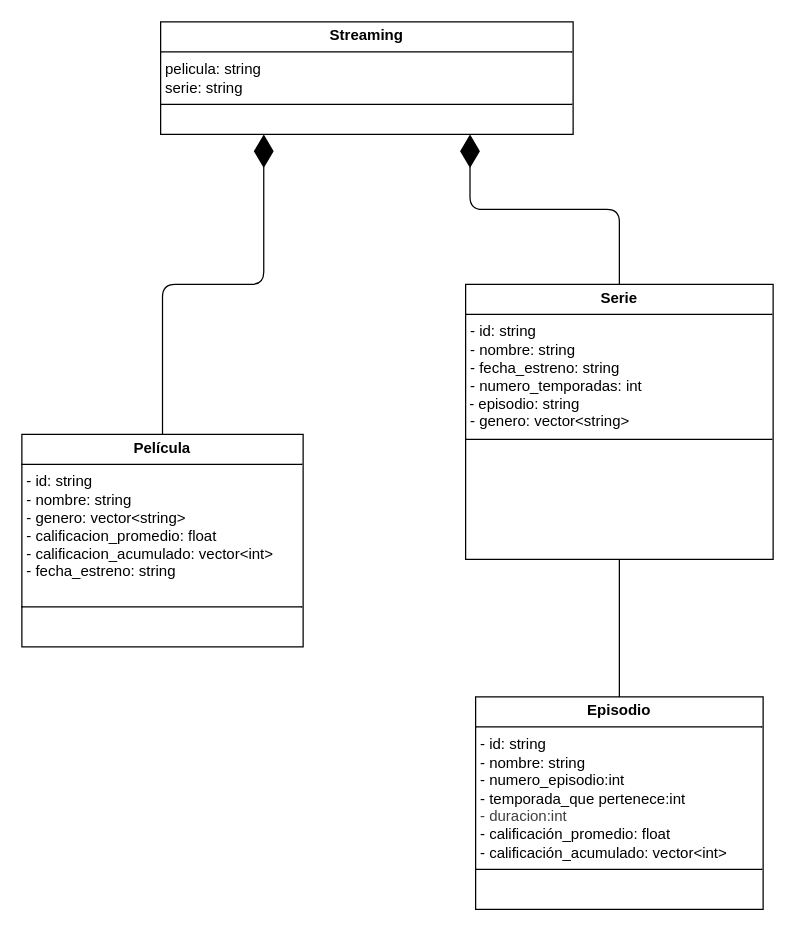
The draw.io diagram integrador-JuanManuelSanchezVelazquez-main/PrimeraEntrega/version1.drawio in A01802469/Proyecto-POO, before the edit. Source tidied: cells renumbered, new cells numbered last; positions are measured from the earlier drawing's top-left corner, leaving out a move shared by most shapes. Both pictures are drawn from the tidied source at 125%, with x=0, y=0 at pixel (21, 21).
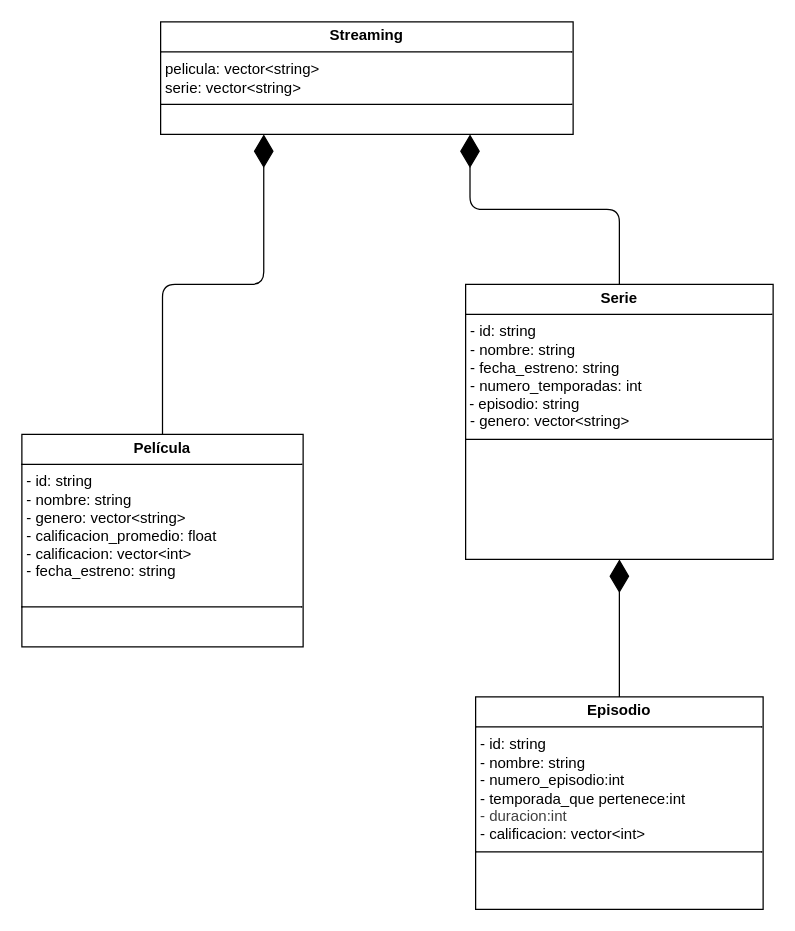
The same diagram, later.

Commit message:
Actualizacion de peliculas como vextor, califiacion y composicion en episodio

Diff of the diagram source:
```diff
@@
 <mxGraphModel>
   <root>
     <mxCell id="0" />
     <mxCell id="1" parent="0" />
-    <mxCell id="2" value="&lt;p style=&quot;margin:0px;margin-top:4px;text-align:center;&quot;&gt;&lt;b&gt;Streaming&lt;/b&gt;&lt;/p&gt;&lt;hr size=&quot;1&quot; style=&quot;border-style:solid;&quot;&gt;&lt;p style=&quot;margin:0px;margin-left:4px;&quot;&gt;pelicula: string&lt;/p&gt;&lt;p style=&quot;margin:0px;margin-left:4px;&quot;&gt;serie: string&lt;/p&gt;&lt;hr size=&quot;1&quot; style=&quot;border-style:solid;&quot;&gt;&lt;p style=&quot;margin:0px;margin-left:4px;&quot;&gt;&lt;br&gt;&lt;/p&gt;" style="verticalAlign=top;align=left;overflow=fill;html=1;whiteSpace=wrap;" parent="1" vertex="1">
+    <mxCell id="2" value="&lt;p style=&quot;margin:0px;margin-top:4px;text-align:center;&quot;&gt;&lt;b&gt;Streaming&lt;/b&gt;&lt;/p&gt;&lt;hr size=&quot;1&quot; style=&quot;border-style:solid;&quot;&gt;&lt;p style=&quot;margin:0px;margin-left:4px;&quot;&gt;pelicula: vector&amp;lt;string&amp;gt;&lt;/p&gt;&lt;p style=&quot;margin:0px;margin-left:4px;&quot;&gt;serie: vector&amp;lt;string&amp;gt;&lt;/p&gt;&lt;hr size=&quot;1&quot; style=&quot;border-style:solid;&quot;&gt;&lt;p style=&quot;margin:0px;margin-left:4px;&quot;&gt;&lt;br&gt;&lt;/p&gt;" style="verticalAlign=top;align=left;overflow=fill;html=1;whiteSpace=wrap;" parent="1" vertex="1">
       <mxGeometry x="111" width="330" height="90" as="geometry" />
     </mxCell>
     <mxCell id="3" value="&lt;p style=&quot;margin:0px;margin-top:4px;text-align:center;&quot;&gt;&lt;b&gt;Serie&lt;/b&gt;&lt;/p&gt;&lt;hr size=&quot;1&quot; style=&quot;border-style:solid;&quot;&gt;&lt;p style=&quot;margin: 0px 0px 0px 4px;&quot;&gt;- id: string&lt;/p&gt;&lt;p style=&quot;margin: 0px 0px 0px 4px;&quot;&gt;- nombre: string&lt;/p&gt;&lt;p style=&quot;margin: 0px 0px 0px 4px;&quot;&gt;&lt;span style=&quot;background-color: transparent;&quot;&gt;- fecha_estreno: string&lt;/span&gt;&lt;/p&gt;&lt;p style=&quot;margin: 0px 0px 0px 4px;&quot;&gt;&lt;span style=&quot;background-color: transparent;&quot;&gt;- numero_temporadas: int&lt;/span&gt;&lt;/p&gt;&amp;nbsp;- episodio: string&lt;div&gt;&lt;p style=&quot;margin: 0px 0px 0px 4px;&quot;&gt;- genero: vector&amp;lt;string&amp;gt;&lt;/p&gt;&lt;p style=&quot;margin: 0px 0px 0px 4px;&quot;&gt;&lt;span style=&quot;color: rgb(63, 63, 63);&quot;&gt;&lt;/span&gt;&lt;/p&gt;&lt;hr size=&quot;1&quot; style=&quot;border-style:solid;&quot;&gt;&lt;p style=&quot;margin:0px;margin-left:4px;&quot;&gt;&lt;br&gt;&lt;/p&gt;&lt;/div&gt;" style="verticalAlign=top;align=left;overflow=fill;html=1;whiteSpace=wrap;" parent="1" vertex="1">
       <mxGeometry x="355" y="210" width="246" height="220" as="geometry" />
     </mxCell>
-    <mxCell id="4" value="&lt;p style=&quot;margin:0px;margin-top:4px;text-align:center;&quot;&gt;&lt;b&gt;Película&lt;/b&gt;&lt;/p&gt;&lt;hr size=&quot;1&quot; style=&quot;border-style:solid;&quot;&gt;&lt;p style=&quot;margin: 0px 0px 0px 4px;&quot;&gt;- id: string&lt;/p&gt;&lt;p style=&quot;margin: 0px 0px 0px 4px;&quot;&gt;- nombre: string&lt;/p&gt;&lt;p style=&quot;margin: 0px 0px 0px 4px;&quot;&gt;- genero: vector&amp;lt;string&amp;gt;&lt;/p&gt;&lt;p style=&quot;margin: 0px 0px 0px 4px;&quot;&gt;- calificacion_promedio: float&lt;/p&gt;&lt;p style=&quot;margin: 0px 0px 0px 4px;&quot;&gt;- calificacion_acumulado: vector&amp;lt;int&amp;gt;&lt;/p&gt;&lt;p style=&quot;margin: 0px 0px 0px 4px;&quot;&gt;- fecha_estreno: string&lt;/p&gt;&lt;p style=&quot;margin: 0px 0px 0px 4px;&quot;&gt;&lt;br&gt;&lt;/p&gt;&lt;hr size=&quot;1&quot; style=&quot;border-style:solid;&quot;&gt;&lt;p style=&quot;margin:0px;margin-left:4px;&quot;&gt;&lt;br&gt;&lt;/p&gt;" style="verticalAlign=top;align=left;overflow=fill;html=1;whiteSpace=wrap;" parent="1" vertex="1">
+    <mxCell id="4" value="&lt;p style=&quot;margin:0px;margin-top:4px;text-align:center;&quot;&gt;&lt;b&gt;Película&lt;/b&gt;&lt;/p&gt;&lt;hr size=&quot;1&quot; style=&quot;border-style:solid;&quot;&gt;&lt;p style=&quot;margin: 0px 0px 0px 4px;&quot;&gt;- id: string&lt;/p&gt;&lt;p style=&quot;margin: 0px 0px 0px 4px;&quot;&gt;- nombre: string&lt;/p&gt;&lt;p style=&quot;margin: 0px 0px 0px 4px;&quot;&gt;- genero: vector&amp;lt;string&amp;gt;&lt;/p&gt;&lt;p style=&quot;margin: 0px 0px 0px 4px;&quot;&gt;- calificacion_promedio: float&lt;/p&gt;&lt;p style=&quot;margin: 0px 0px 0px 4px;&quot;&gt;- calificacion: vector&amp;lt;int&amp;gt;&lt;/p&gt;&lt;p style=&quot;margin: 0px 0px 0px 4px;&quot;&gt;- fecha_estreno: string&lt;/p&gt;&lt;p style=&quot;margin: 0px 0px 0px 4px;&quot;&gt;&lt;br&gt;&lt;/p&gt;&lt;hr size=&quot;1&quot; style=&quot;border-style:solid;&quot;&gt;&lt;p style=&quot;margin:0px;margin-left:4px;&quot;&gt;&lt;br&gt;&lt;/p&gt;" style="verticalAlign=top;align=left;overflow=fill;html=1;whiteSpace=wrap;" parent="1" vertex="1">
       <mxGeometry y="330" width="225" height="170" as="geometry" />
     </mxCell>
-    <mxCell id="5" value="&lt;p style=&quot;margin:0px;margin-top:4px;text-align:center;&quot;&gt;&lt;b&gt;Episodio&lt;/b&gt;&lt;/p&gt;&lt;hr size=&quot;1&quot; style=&quot;border-style:solid;&quot;&gt;&lt;p style=&quot;margin:0px;margin-left:4px;&quot;&gt;- id: string&lt;/p&gt;&lt;p style=&quot;margin:0px;margin-left:4px;&quot;&gt;- nombre: string&lt;/p&gt;&lt;p style=&quot;margin:0px;margin-left:4px;&quot;&gt;- numero_episodio:int&lt;/p&gt;&lt;p style=&quot;margin:0px;margin-left:4px;&quot;&gt;- temporada_que pertenece:int&lt;/p&gt;&lt;p style=&quot;margin:0px;margin-left:4px;&quot;&gt;&lt;span style=&quot;color: rgb(63, 63, 63);&quot;&gt;- duracion:int&lt;/span&gt;&lt;/p&gt;&lt;p style=&quot;margin: 0px 0px 0px 4px;&quot;&gt;&lt;span style=&quot;background-color: transparent;&quot;&gt;- calificación_promedio: float&lt;/span&gt;&lt;/p&gt;&lt;p style=&quot;margin: 0px 0px 0px 4px;&quot;&gt;&lt;span style=&quot;background-color: transparent;&quot;&gt;- calificación_acumulado: vector&amp;lt;int&amp;gt;&lt;/span&gt;&lt;/p&gt;&lt;hr size=&quot;1&quot; style=&quot;border-style:solid;&quot;&gt;&lt;p style=&quot;margin:0px;margin-left:4px;&quot;&gt;&lt;br&gt;&lt;/p&gt;" style="verticalAlign=top;align=left;overflow=fill;html=1;whiteSpace=wrap;" parent="1" vertex="1">
+    <mxCell id="5" value="&lt;p style=&quot;margin:0px;margin-top:4px;text-align:center;&quot;&gt;&lt;b&gt;Episodio&lt;/b&gt;&lt;/p&gt;&lt;hr size=&quot;1&quot; style=&quot;border-style:solid;&quot;&gt;&lt;p style=&quot;margin:0px;margin-left:4px;&quot;&gt;- id: string&lt;/p&gt;&lt;p style=&quot;margin:0px;margin-left:4px;&quot;&gt;- nombre: string&lt;/p&gt;&lt;p style=&quot;margin:0px;margin-left:4px;&quot;&gt;- numero_episodio:int&lt;/p&gt;&lt;p style=&quot;margin:0px;margin-left:4px;&quot;&gt;- temporada_que pertenece:int&lt;/p&gt;&lt;p style=&quot;margin:0px;margin-left:4px;&quot;&gt;&lt;span style=&quot;color: rgb(63, 63, 63);&quot;&gt;- duracion:int&lt;/span&gt;&lt;/p&gt;&lt;p style=&quot;margin: 0px 0px 0px 4px;&quot;&gt;&lt;span style=&quot;background-color: transparent;&quot;&gt;- calificacion: vector&amp;lt;int&amp;gt;&lt;/span&gt;&lt;/p&gt;&lt;hr size=&quot;1&quot; style=&quot;border-style:solid;&quot;&gt;&lt;p style=&quot;margin:0px;margin-left:4px;&quot;&gt;&lt;br&gt;&lt;/p&gt;" style="verticalAlign=top;align=left;overflow=fill;html=1;whiteSpace=wrap;" parent="1" vertex="1">
       <mxGeometry x="363" y="540" width="230" height="170" as="geometry" />
     </mxCell>
-    <mxCell id="6" style="edgeStyle=none;html=1;endArrow=none;endFill=0;exitX=0.5;exitY=0;exitDx=0;exitDy=0;" parent="1" edge="1" source="5" target="3">
-      <mxGeometry relative="1" as="geometry" />
-    </mxCell>
     <mxCell id="7" style="endArrow=diamondThin;endFill=1;endSize=24;html=1;entryX=0.25;entryY=1;entryDx=0;entryDy=0;exitX=0.5;exitY=0;exitDx=0;exitDy=0;edgeStyle=orthogonalEdgeStyle;" parent="1" edge="1" source="4" target="2">
       <mxGeometry relative="1" as="geometry" />
     </mxCell>
     <mxCell id="8" style="endArrow=diamondThin;endFill=1;endSize=24;html=1;entryX=0.75;entryY=1;entryDx=0;entryDy=0;exitX=0.5;exitY=0;exitDx=0;exitDy=0;edgeStyle=orthogonalEdgeStyle;" parent="1" edge="1" source="3" target="2">
       <mxGeometry relative="1" as="geometry" />
     </mxCell>
+    <mxCell id="6" style="endArrow=diamondThin;endFill=1;endSize=24;html=1;entryX=0.5;entryY=1;entryDx=0;entryDy=0;exitX=0.5;exitY=0;exitDx=0;exitDy=0;" parent="1" edge="1" source="5" target="3">
+      <mxGeometry relative="1" as="geometry" />
+    </mxCell>
   </root>
 </mxGraphModel>
```
